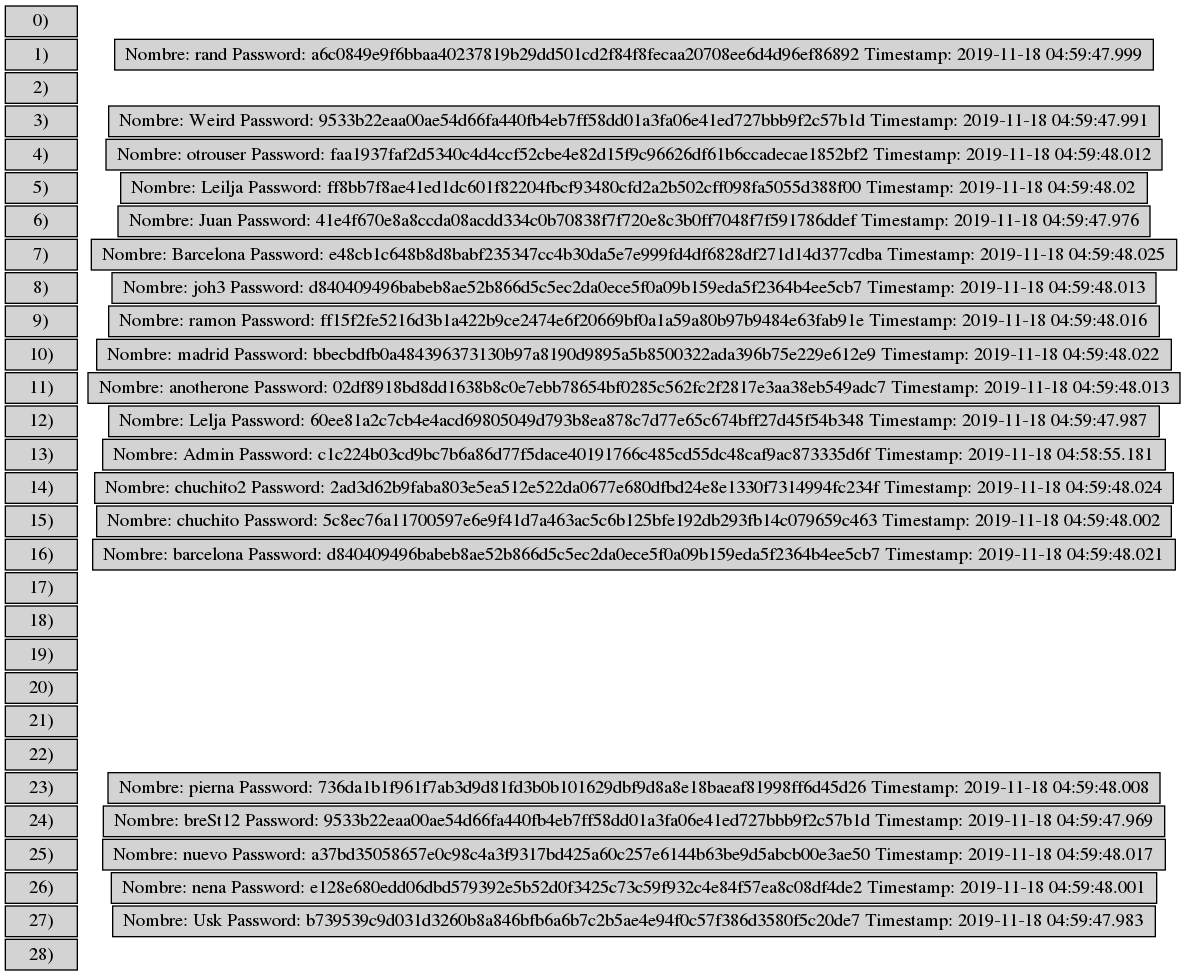
This is Reports/UsersHashTable.png from JPineda12/EDD_2S2019_PY2_201404405, a Graphviz export, as it was before one commit. Its source is kept beside it as Reports/UsersHashTable.dot.
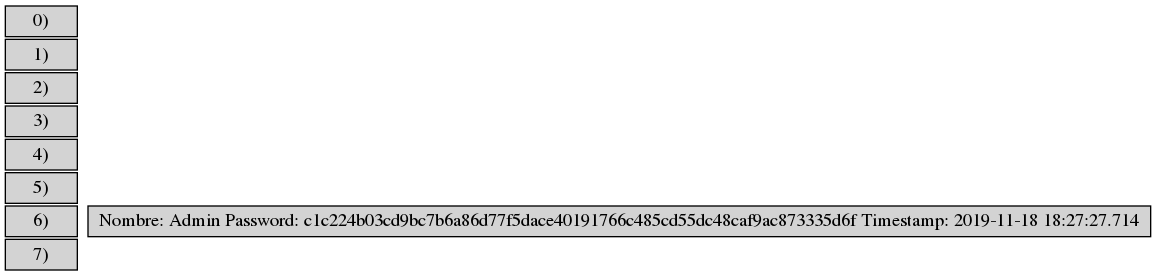
After the change.

Change to the diagram source:
```diff
@@ -5,27 +5,6 @@
      node[style = "filled"];
      sep=0;
      nodesep=0
-     indice28[label= "28)"];
-     indice27[label= "27)"];
-     indice26[label= "26)"];
-     indice25[label= "25)"];
-     indice24[label= "24)"];
-     indice23[label= "23)"];
-     indice22[label= "22)"];
-     indice21[label= "21)"];
-     indice20[label= "20)"];
-     indice19[label= "19)"];
-     indice18[label= "18)"];
-     indice17[label= "17)"];
-     indice16[label= "16)"];
-     indice15[label= "15)"];
-     indice14[label= "14)"];
-     indice13[label= "13)"];
-     indice12[label= "12)"];
-     indice11[label= "11)"];
-     indice10[label= "10)"];
-     indice9[label= "9)"];
-     indice8[label= "8)"];
      indice7[label= "7)"];
      indice6[label= "6)"];
      indice5[label= "5)"];
@@ -34,44 +13,6 @@
      indice2[label= "2)"];
      indice1[label= "1)"];
      indice0[label= "0)"];
-     node2[label = "{Nombre: rand  Password: a6c0849e9f6bbaa40237819b29dd501cd2f84f8fecaa20708ee6d4d96ef86892  Timestamp: 2019-11-18 04:59:47.999}" width = 10];
-     indice1->node2 [style=invis];
-     node4[label = "{Nombre: Weird  Password: 9533b22eaa00ae54d66fa440fb4eb7ff58dd01a3fa06e41ed727bbb9f2c57b1d  Timestamp: 2019-11-18 04:59:47.991}" width = 10];
-     indice3->node4 [style=invis];
-     node5[label = "{Nombre: otrouser  Password: faa1937faf2d5340c4d4ccf52cbe4e82d15f9c96626df61b6ccadecae1852bf2  Timestamp: 2019-11-18 04:59:48.012}" width = 10];
-     indice4->node5 [style=invis];
-     node6[label = "{Nombre: Leilja  Password: ff8bb7f8ae41ed1dc601f82204fbcf93480cfd2a2b502cff098fa5055d388f00  Timestamp: 2019-11-18 04:59:48.02}" width = 10];
-     indice5->node6 [style=invis];
-     node7[label = "{Nombre: Juan  Password: 41e4f670e8a8ccda08acdd334c0b70838f7f720e8c3b0ff7048f7f591786ddef  Timestamp: 2019-11-18 04:59:47.976}" width = 10];
+     node7[label = "{Nombre: Admin  Password: c1c224b03cd9bc7b6a86d77f5dace40191766c485cd55dc48caf9ac873335d6f  Timestamp: 2019-11-18 18:27:27.714}" width = 10];
      indice6->node7 [style=invis];
-     node8[label = "{Nombre: Barcelona  Password: e48cb1c648b8d8babf235347cc4b30da5e7e999fd4df6828df271d14d377cdba  Timestamp: 2019-11-18 04:59:48.025}" width = 10];
-     indice7->node8 [style=invis];
-     node9[label = "{Nombre: joh3  Password: d840409496babeb8ae52b866d5c5ec2da0ece5f0a09b159eda5f2364b4ee5cb7  Timestamp: 2019-11-18 04:59:48.013}" width = 10];
-     indice8->node9 [style=invis];
-     node10[label = "{Nombre: ramon  Password: ff15f2fe5216d3b1a422b9ce2474e6f20669bf0a1a59a80b97b9484e63fab91e  Timestamp: 2019-11-18 04:59:48.016}" width = 10];
-     indice9->node10 [style=invis];
-     node11[label = "{Nombre: madrid  Password: bbecbdfb0a484396373130b97a8190d9895a5b8500322ada396b75e229e612e9  Timestamp: 2019-11-18 04:59:48.022}" width = 10];
-     indice10->node11 [style=invis];
-     node12[label = "{Nombre: anotherone  Password: 02df8918bd8dd1638b8c0e7ebb78654bf0285c562fc2f2817e3aa38eb549adc7  Timestamp: 2019-11-18 04:59:48.013}" width = 10];
-     indice11->node12 [style=invis];
-     node13[label = "{Nombre: Lelja  Password: 60ee81a2c7cb4e4acd69805049d793b8ea878c7d77e65c674bff27d45f54b348  Timestamp: 2019-11-18 04:59:47.987}" width = 10];
-     indice12->node13 [style=invis];
-     node14[label = "{Nombre: Admin  Password: c1c224b03cd9bc7b6a86d77f5dace40191766c485cd55dc48caf9ac873335d6f  Timestamp: 2019-11-18 04:58:55.181}" width = 10];
-     indice13->node14 [style=invis];
-     node15[label = "{Nombre: chuchito2  Password: 2ad3d62b9faba803e5ea512e522da0677e680dfbd24e8e1330f7314994fc234f  Timestamp: 2019-11-18 04:59:48.024}" width = 10];
-     indice14->node15 [style=invis];
-     node16[label = "{Nombre: chuchito  Password: 5c8ec76a11700597e6e9f41d7a463ac5c6b125bfe192db293fb14c079659c463  Timestamp: 2019-11-18 04:59:48.002}" width = 10];
-     indice15->node16 [style=invis];
-     node17[label = "{Nombre: barcelona  Password: d840409496babeb8ae52b866d5c5ec2da0ece5f0a09b159eda5f2364b4ee5cb7  Timestamp: 2019-11-18 04:59:48.021}" width = 10];
-     indice16->node17 [style=invis];
-     node24[label = "{Nombre: pierna  Password: 736da1b1f961f7ab3d9d81fd3b0b101629dbf9d8a8e18baeaf81998ff6d45d26  Timestamp: 2019-11-18 04:59:48.008}" width = 10];
-     indice23->node24 [style=invis];
-     node25[label = "{Nombre: breSt12  Password: 9533b22eaa00ae54d66fa440fb4eb7ff58dd01a3fa06e41ed727bbb9f2c57b1d  Timestamp: 2019-11-18 04:59:47.969}" width = 10];
-     indice24->node25 [style=invis];
-     node26[label = "{Nombre: nuevo  Password: a37bd35058657e0c98c4a3f9317bd425a60c257e6144b63be9d5abcb00e3ae50  Timestamp: 2019-11-18 04:59:48.017}" width = 10];
-     indice25->node26 [style=invis];
-     node27[label = "{Nombre: nena  Password: e128e680edd06dbd579392e5b52d0f3425c73c59f932c4e84f57ea8c08df4de2  Timestamp: 2019-11-18 04:59:48.001}" width = 10];
-     indice26->node27 [style=invis];
-     node28[label = "{Nombre: Usk  Password: b739539c9d031d3260b8a846bfb6a6b7c2b5ae4e94f0c57f386d3580f5c20de7  Timestamp: 2019-11-18 04:59:47.983}" width = 10];
-     indice27->node28 [style=invis];
 }
```
